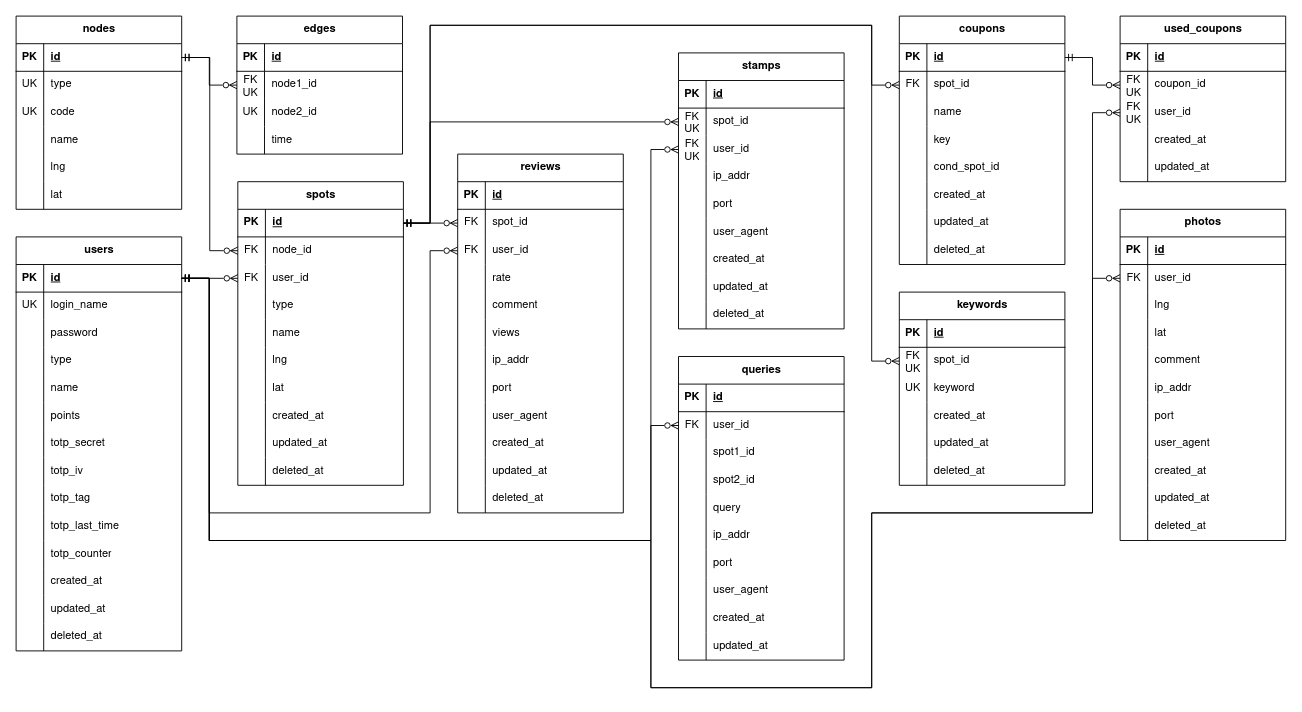
Earlier version of the draw.io diagram docs/figure/gaibu-er.drawio (r02092/se2025). Source tidied: cells renumbered, new cells numbered last; positions are measured from the earlier drawing's top-left corner, leaving out a move shared by most shapes. Both pictures are drawn from the tidied source at 92%, with x=0, y=0 at pixel (16, 16).
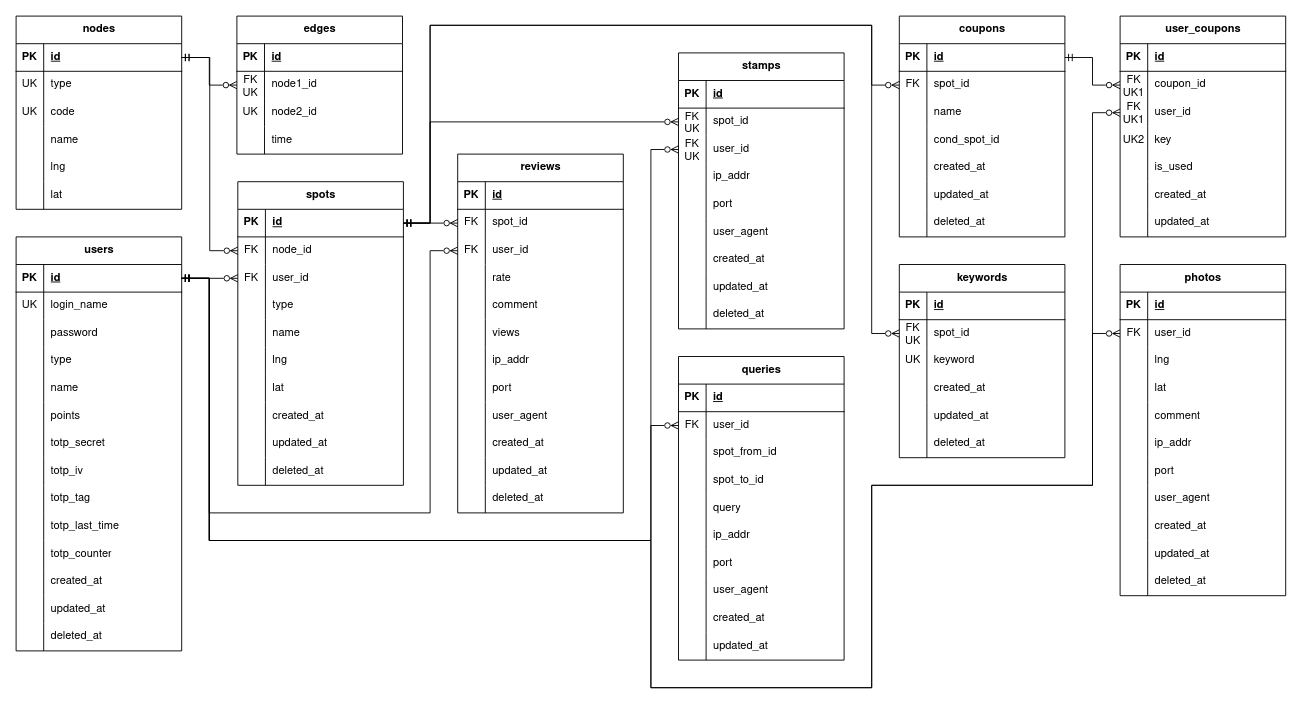
The same page after the edit.

Commit message (it also covers changes not shown here):
queriesテーブルのスポットのカラム名を変更

The change refers to these unchanged cells:
```xml
<mxCell id="36" style="shape=tableRow;horizontal=0;startSize=0;swimlaneHead=0;swimlaneBody=0;fillColor=none;points=[[0,0.5],[1,0.5]];portConstraint=eastwest;top=0;left=0;right=0;bottom=1;fontFamily=Nimbus Sans;" parent="35" vertex="1">
  <mxGeometry y="30" width="180" height="30" as="geometry" />
</mxCell>
<mxCell id="68" style="shape=tableRow;horizontal=0;startSize=0;swimlaneHead=0;swimlaneBody=0;fillColor=none;points=[[0,0.5],[1,0.5]];portConstraint=eastwest;top=0;left=0;right=0;bottom=1;fontFamily=Nimbus Sans;" parent="67" vertex="1">
  <mxGeometry y="30" width="180" height="30" as="geometry" />
</mxCell>
<mxCell id="151" style="shape=tableRow;horizontal=0;startSize=0;swimlaneHead=0;swimlaneBody=0;fillColor=none;points=[[0,0.5],[1,0.5]];portConstraint=eastwest;top=0;left=0;right=0;bottom=0;fontFamily=Nimbus Sans;" parent="147" vertex="1">
  <mxGeometry y="60" width="180" height="30" as="geometry" />
</mxCell>
<mxCell id="245" style="shape=tableRow;horizontal=0;startSize=0;swimlaneHead=0;swimlaneBody=0;fillColor=none;points=[[0,0.5],[1,0.5]];portConstraint=eastwest;top=0;left=0;right=0;bottom=0;fontFamily=Nimbus Sans;" parent="241" vertex="1">
  <mxGeometry y="60" width="180" height="30" as="geometry" />
</mxCell>
<mxCell id="248" style="shape=tableRow;horizontal=0;startSize=0;swimlaneHead=0;swimlaneBody=0;fillColor=none;points=[[0,0.5],[1,0.5]];portConstraint=eastwest;top=0;left=0;right=0;bottom=0;fontFamily=Nimbus Sans;" parent="241" vertex="1">
  <mxGeometry y="90" width="180" height="30" as="geometry" />
</mxCell>
<mxCell id="266" style="shape=tableRow;horizontal=0;startSize=0;swimlaneHead=0;swimlaneBody=0;fillColor=none;top=0;left=0;right=0;bottom=0;fontFamily=Nimbus Sans;" parent="259" vertex="1">
  <mxGeometry y="90" width="180" height="30" as="geometry" />
</mxCell>
<mxCell id="269" style="shape=tableRow;horizontal=0;startSize=0;swimlaneHead=0;swimlaneBody=0;fillColor=none;top=0;left=0;right=0;bottom=0;fontFamily=Nimbus Sans;" parent="259" vertex="1">
  <mxGeometry y="120" width="180" height="30" as="geometry" />
</mxCell>
<mxCell id="295" style="shape=tableRow;horizontal=0;startSize=0;swimlaneHead=0;swimlaneBody=0;fillColor=none;points=[[0,0.5],[1,0.5]];portConstraint=eastwest;top=0;left=0;right=0;bottom=0;fontFamily=Nimbus Sans;" parent="291" vertex="1">
  <mxGeometry y="60" width="180" height="30" as="geometry" />
</mxCell>
```

Change to the diagram source:
```diff
@@
     <mxCell id="147" value="photos" style="shape=table;startSize=30;childLayout=tableLayout;rowLines=0;fontStyle=1;align=center;html=1;fontFamily=Nimbus Sans;" parent="1" vertex="1">
-      <mxGeometry x="1200" y="210" width="180" height="360" as="geometry" />
+      <mxGeometry x="1200" y="270" width="180" height="360" as="geometry" />
     </mxCell>
@@
     <mxCell id="210" style="edgeStyle=orthogonalEdgeStyle;rounded=0;jettySize=auto;html=1;exitX=1;exitY=0.5;exitDx=0;exitDy=0;startArrow=ERmandOne;startFill=0;endArrow=ERzeroToMany;endFill=0;entryX=0;entryY=0.5;entryDx=0;entryDy=0;" parent="1" edge="1" source="68" target="151">
       <mxGeometry relative="1" as="geometry">
         <Array as="points">
           <mxPoint x="210" y="285" />
           <mxPoint x="210" y="570" />
           <mxPoint x="690" y="570" />
           <mxPoint x="690" y="730" />
           <mxPoint x="930" y="730" />
-          <mxPoint x="930" y="540" />
-          <mxPoint x="1170" y="540" />
-          <mxPoint x="1170" y="285" />
+          <mxPoint x="930" y="510" />
+          <mxPoint x="1170" y="510" />
+          <mxPoint x="1170" y="345" />
         </Array>
       </mxGeometry>
     </mxCell>
@@
     <mxCell id="215" value="coupons" style="shape=table;startSize=30;childLayout=tableLayout;rowLines=0;fontStyle=1;align=center;html=1;fontFamily=Nimbus Sans;" parent="1" vertex="1">
-      <mxGeometry x="960" width="180" height="270" as="geometry" />
+      <mxGeometry x="960" width="180" height="240" as="geometry" />
     </mxCell>
@@
-    <mxCell id="225" style="shape=tableRow;horizontal=0;startSize=0;swimlaneHead=0;swimlaneBody=0;fillColor=none;top=0;left=0;right=0;bottom=0;fontFamily=Nimbus Sans;" parent="215" vertex="1">
-      <mxGeometry y="120" width="180" height="30" as="geometry" />
-    </mxCell>
-    <mxCell id="226" style="shape=partialRectangle;fillColor=none;top=0;left=0;bottom=0;right=0;overflow=hidden;whiteSpace=wrap;html=1;fontFamily=Nimbus Sans;" parent="225" vertex="1">
-      <mxGeometry width="30" height="30" as="geometry" />
-    </mxCell>
-    <mxCell id="227" value="key" style="shape=partialRectangle;fillColor=none;top=0;left=0;bottom=0;right=0;align=left;spacingLeft=6;overflow=hidden;whiteSpace=wrap;html=1;fontFamily=Nimbus Sans;" parent="225" vertex="1">
-      <mxGeometry x="30" width="150" height="30" as="geometry" />
-    </mxCell>
     <mxCell id="228" style="shape=tableRow;horizontal=0;startSize=0;swimlaneHead=0;swimlaneBody=0;fillColor=none;top=0;left=0;right=0;bottom=0;fontFamily=Nimbus Sans;" parent="215" vertex="1">
-      <mxGeometry y="150" width="180" height="30" as="geometry" />
+      <mxGeometry y="120" width="180" height="30" as="geometry" />
     </mxCell>
@@
     <mxCell id="231" style="shape=tableRow;horizontal=0;startSize=0;swimlaneHead=0;swimlaneBody=0;fillColor=none;top=0;left=0;right=0;bottom=0;fontFamily=Nimbus Sans;" parent="215" vertex="1">
-      <mxGeometry y="180" width="180" height="30" as="geometry" />
+      <mxGeometry y="150" width="180" height="30" as="geometry" />
     </mxCell>
@@
     <mxCell id="234" style="shape=tableRow;horizontal=0;startSize=0;swimlaneHead=0;swimlaneBody=0;fillColor=none;top=0;left=0;right=0;bottom=0;fontFamily=Nimbus Sans;" parent="215" vertex="1">
-      <mxGeometry y="210" width="180" height="30" as="geometry" />
+      <mxGeometry y="180" width="180" height="30" as="geometry" />
     </mxCell>
@@
     <mxCell id="237" style="shape=tableRow;horizontal=0;startSize=0;swimlaneHead=0;swimlaneBody=0;fillColor=none;top=0;left=0;right=0;bottom=0;fontFamily=Nimbus Sans;" parent="215" vertex="1">
-      <mxGeometry y="240" width="180" height="30" as="geometry" />
+      <mxGeometry y="210" width="180" height="30" as="geometry" />
     </mxCell>
@@
-    <mxCell id="241" value="used_coupons" style="shape=table;startSize=30;childLayout=tableLayout;rowLines=0;fontStyle=1;align=center;html=1;fontFamily=Nimbus Sans;" parent="1" vertex="1">
-      <mxGeometry x="1200" width="180" height="180" as="geometry" />
+    <mxCell id="241" value="user_coupons" style="shape=table;startSize=30;childLayout=tableLayout;rowLines=0;fontStyle=1;align=center;html=1;fontFamily=Nimbus Sans;" parent="1" vertex="1">
+      <mxGeometry x="1200" width="180" height="240" as="geometry" />
     </mxCell>
@@
-    <mxCell id="246" value="&lt;div&gt;FK&lt;/div&gt;UK" style="shape=partialRectangle;fillColor=none;top=0;left=0;bottom=0;right=0;overflow=hidden;whiteSpace=wrap;html=1;fontFamily=Nimbus Sans;" parent="245" vertex="1">
+    <mxCell id="246" value="&lt;div&gt;FK&lt;/div&gt;UK1" style="shape=partialRectangle;fillColor=none;top=0;left=0;bottom=0;right=0;overflow=hidden;whiteSpace=wrap;html=1;fontFamily=Nimbus Sans;" parent="245" vertex="1">
       <mxGeometry width="30" height="30" as="geometry" />
     </mxCell>
@@
-    <mxCell id="249" value="&lt;div&gt;FK&lt;/div&gt;UK" style="shape=partialRectangle;fillColor=none;top=0;left=0;bottom=0;right=0;overflow=hidden;whiteSpace=wrap;html=1;fontFamily=Nimbus Sans;" parent="248" vertex="1">
+    <mxCell id="249" value="&lt;div&gt;FK&lt;/div&gt;UK1" style="shape=partialRectangle;fillColor=none;top=0;left=0;bottom=0;right=0;overflow=hidden;whiteSpace=wrap;html=1;fontFamily=Nimbus Sans;" parent="248" vertex="1">
       <mxGeometry width="30" height="30" as="geometry" />
     </mxCell>
@@
+    <mxCell id="225" style="shape=tableRow;horizontal=0;startSize=0;swimlaneHead=0;swimlaneBody=0;fillColor=none;top=0;left=0;right=0;bottom=0;fontFamily=Nimbus Sans;" parent="241" vertex="1">
+      <mxGeometry y="120" width="180" height="30" as="geometry" />
+    </mxCell>
+    <mxCell id="311" value="UK2" style="shape=partialRectangle;fillColor=none;top=0;left=0;bottom=0;right=0;overflow=hidden;whiteSpace=wrap;html=1;fontFamily=Nimbus Sans;" parent="225" vertex="1">
+      <mxGeometry width="30" height="30" as="geometry" />
+    </mxCell>
+    <mxCell id="227" value="key" style="shape=partialRectangle;fillColor=none;top=0;left=0;bottom=0;right=0;align=left;spacingLeft=6;overflow=hidden;whiteSpace=wrap;html=1;fontFamily=Nimbus Sans;" parent="225" vertex="1">
+      <mxGeometry x="30" width="150" height="30" as="geometry" />
+    </mxCell>
+    <mxCell id="312" style="shape=tableRow;horizontal=0;startSize=0;swimlaneHead=0;swimlaneBody=0;fillColor=none;top=0;left=0;right=0;bottom=0;fontFamily=Nimbus Sans;" parent="241" vertex="1">
+      <mxGeometry y="150" width="180" height="30" as="geometry" />
+    </mxCell>
+    <mxCell id="226" style="shape=partialRectangle;fillColor=none;top=0;left=0;bottom=0;right=0;overflow=hidden;whiteSpace=wrap;html=1;fontFamily=Nimbus Sans;" parent="312" vertex="1">
+      <mxGeometry width="30" height="30" as="geometry" />
+    </mxCell>
+    <mxCell id="313" value="is_used" style="shape=partialRectangle;fillColor=none;top=0;left=0;bottom=0;right=0;align=left;spacingLeft=6;overflow=hidden;whiteSpace=wrap;html=1;fontFamily=Nimbus Sans;" parent="312" vertex="1">
+      <mxGeometry x="30" width="150" height="30" as="geometry" />
+    </mxCell>
     <mxCell id="251" style="shape=tableRow;horizontal=0;startSize=0;swimlaneHead=0;swimlaneBody=0;fillColor=none;top=0;left=0;right=0;bottom=0;fontFamily=Nimbus Sans;" parent="241" vertex="1">
-      <mxGeometry y="120" width="180" height="30" as="geometry" />
+      <mxGeometry y="180" width="180" height="30" as="geometry" />
     </mxCell>
@@
     <mxCell id="254" style="shape=tableRow;horizontal=0;startSize=0;swimlaneHead=0;swimlaneBody=0;fillColor=none;top=0;left=0;right=0;bottom=0;fontFamily=Nimbus Sans;" parent="241" vertex="1">
-      <mxGeometry y="150" width="180" height="30" as="geometry" />
+      <mxGeometry y="210" width="180" height="30" as="geometry" />
     </mxCell>
@@
     <mxCell id="258" style="edgeStyle=orthogonalEdgeStyle;rounded=0;jettySize=auto;html=1;exitX=1;exitY=0.5;exitDx=0;exitDy=0;entryX=0;entryY=0.5;entryDx=0;entryDy=0;startArrow=ERmandOne;startFill=0;endArrow=ERzeroToMany;endFill=0;" parent="1" edge="1" source="68" target="248">
       <mxGeometry relative="1" as="geometry">
         <Array as="points">
           <mxPoint x="210" y="285" />
           <mxPoint x="210" y="570" />
           <mxPoint x="690" y="570" />
           <mxPoint x="690" y="730" />
           <mxPoint x="930" y="730" />
-          <mxPoint x="930" y="540" />
-          <mxPoint x="1170" y="540" />
+          <mxPoint x="930" y="510" />
+          <mxPoint x="1170" y="510" />
           <mxPoint x="1170" y="105" />
         </Array>
       </mxGeometry>
     </mxCell>
@@
-    <mxCell id="268" value="spot1_id" style="shape=partialRectangle;fillColor=none;top=0;left=0;bottom=0;right=0;align=left;spacingLeft=6;overflow=hidden;whiteSpace=wrap;html=1;fontFamily=Nimbus Sans;" parent="266" vertex="1">
+    <mxCell id="268" value="spot_from_id" style="shape=partialRectangle;fillColor=none;top=0;left=0;bottom=0;right=0;align=left;spacingLeft=6;overflow=hidden;whiteSpace=wrap;html=1;fontFamily=Nimbus Sans;" parent="266" vertex="1">
       <mxGeometry x="30" width="150" height="30" as="geometry" />
     </mxCell>
@@
-    <mxCell id="271" value="spot2_id" style="shape=partialRectangle;fillColor=none;top=0;left=0;bottom=0;right=0;align=left;spacingLeft=6;overflow=hidden;whiteSpace=wrap;html=1;fontFamily=Nimbus Sans;" parent="269" vertex="1">
+    <mxCell id="271" value="spot_to_id" style="shape=partialRectangle;fillColor=none;top=0;left=0;bottom=0;right=0;align=left;spacingLeft=6;overflow=hidden;whiteSpace=wrap;html=1;fontFamily=Nimbus Sans;" parent="269" vertex="1">
       <mxGeometry x="30" width="150" height="30" as="geometry" />
     </mxCell>
@@
     <mxCell id="291" value="keywords" style="shape=table;startSize=30;childLayout=tableLayout;rowLines=0;fontStyle=1;align=center;html=1;fontFamily=Nimbus Sans;" parent="1" vertex="1">
-      <mxGeometry x="960" y="300" width="180" height="210" as="geometry" />
+      <mxGeometry x="960" y="270" width="180" height="210" as="geometry" />
     </mxCell>
@@
     <mxCell id="310" style="edgeStyle=orthogonalEdgeStyle;rounded=0;jettySize=auto;html=1;exitX=1;exitY=0.5;exitDx=0;exitDy=0;entryX=0;entryY=0.5;entryDx=0;entryDy=0;startArrow=ERmandOne;startFill=0;endArrow=ERzeroToMany;endFill=0;" parent="1" edge="1" source="36" target="295">
       <mxGeometry relative="1" as="geometry">
         <Array as="points">
           <mxPoint x="450" y="225" />
           <mxPoint x="450" y="10" />
           <mxPoint x="930" y="10" />
-          <mxPoint x="930" y="375" />
+          <mxPoint x="930" y="345" />
         </Array>
       </mxGeometry>
     </mxCell>
```
